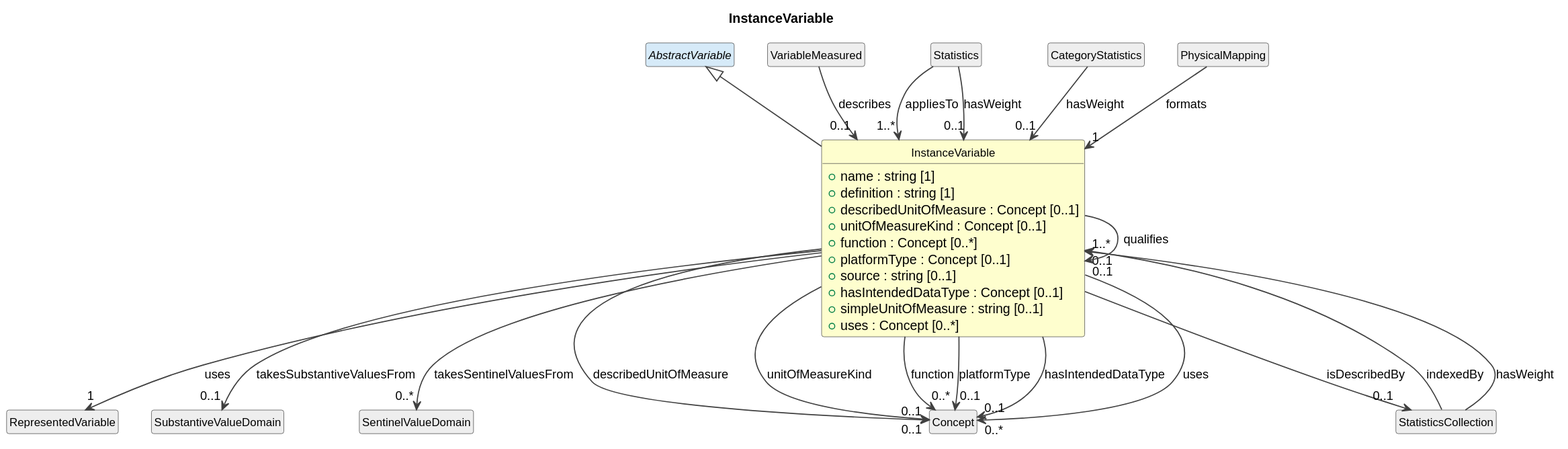
This is cdif-uml-model/_plantuml/cdifDataStructure/Classes/InstanceVariable.svg from Cross-Domain-Interoperability-Framework/metadataBuildingBlocks, a PlantUML export, as it was before one commit. The source it was exported from:
```plantuml
@startuml
title InstanceVariable
hide circle
hide empty members
skinparam shadowing false
skinparam ArrowThickness 1.2
skinparam class {
  ArrowColor #404040
  BorderColor #404040
  FontSize 12
}

class "InstanceVariable" as InstanceVariable #FEFECE {
  +name : string [1]
  +definition : string [1]
  +describedUnitOfMeasure : Concept [0..1]
  +unitOfMeasureKind : Concept [0..1]
  +function : Concept [0..*]
  +platformType : Concept [0..1]
  +source : string [0..1]
  +hasIntendedDataType : Concept [0..1]
  +simpleUnitOfMeasure : string [0..1]
  +uses : Concept [0..*]
}
abstract class "AbstractVariable" as AbstractVariable #D6EAF8
AbstractVariable <|-- InstanceVariable
class "RepresentedVariable" as RepresentedVariable #EEEEEE
InstanceVariable --> "1" RepresentedVariable : uses
class "StatisticsCollection" as StatisticsCollection #EEEEEE
InstanceVariable --> "0..1" StatisticsCollection : isDescribedBy
InstanceVariable --> "0..1" InstanceVariable : qualifies
class "SubstantiveValueDomain" as SubstantiveValueDomain #EEEEEE
InstanceVariable --> "0..1" SubstantiveValueDomain : takesSubstantiveValuesFrom
class "SentinelValueDomain" as SentinelValueDomain #EEEEEE
InstanceVariable --> "0..*" SentinelValueDomain : takesSentinelValuesFrom
class "VariableMeasured" as VariableMeasured #EEEEEE
VariableMeasured --> "0..1" InstanceVariable : describes
class "Statistics" as Statistics #EEEEEE
Statistics --> "1..*" InstanceVariable : appliesTo
Statistics --> "0..1" InstanceVariable : hasWeight
class "CategoryStatistics" as CategoryStatistics #EEEEEE
CategoryStatistics --> "0..1" InstanceVariable : hasWeight
StatisticsCollection --> "1..*" InstanceVariable : indexedBy
StatisticsCollection --> "0..1" InstanceVariable : hasWeight
class "PhysicalMapping" as PhysicalMapping #EEEEEE
PhysicalMapping --> "1" InstanceVariable : formats
class "Concept" as Concept #EEEEEE
InstanceVariable --> "0..1" Concept : describedUnitOfMeasure
InstanceVariable --> "0..1" Concept : unitOfMeasureKind
InstanceVariable --> "0..*" Concept : function
InstanceVariable --> "0..1" Concept : platformType
InstanceVariable --> "0..1" Concept : hasIntendedDataType
InstanceVariable --> "0..*" Concept : uses
@enduml
```
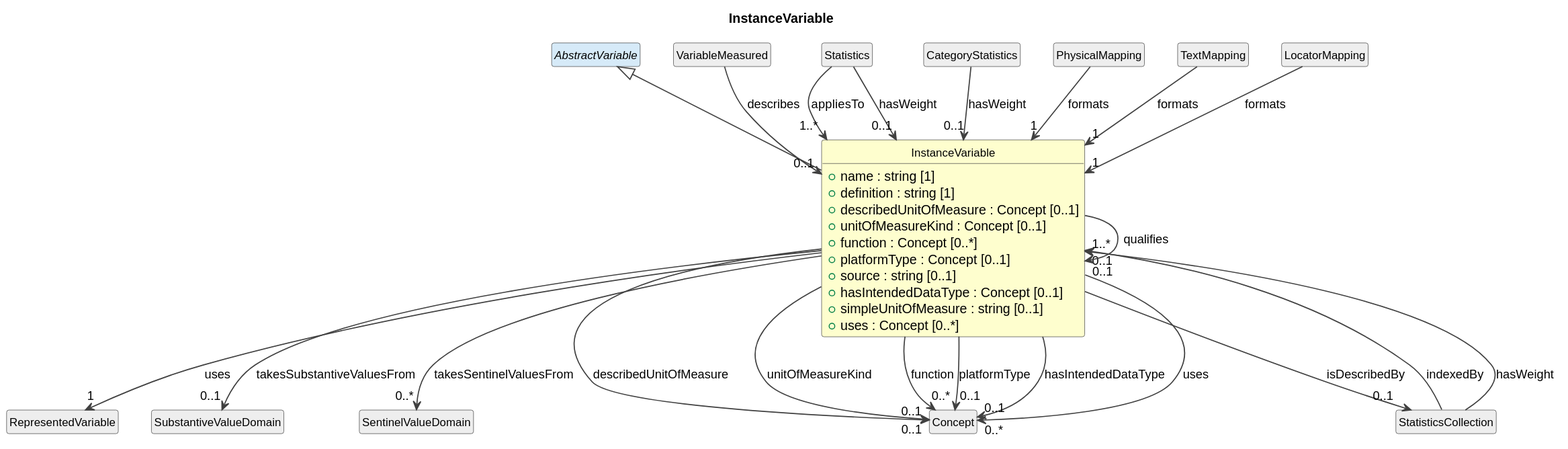
Later version of the same file.

The edit, as a diff of the source:
```diff
@@ -44,6 +44,10 @@
 StatisticsCollection --> "0..1" InstanceVariable : hasWeight
 class "PhysicalMapping" as PhysicalMapping #EEEEEE
 PhysicalMapping --> "1" InstanceVariable : formats
+class "TextMapping" as TextMapping #EEEEEE
+TextMapping --> "1" InstanceVariable : formats
+class "LocatorMapping" as LocatorMapping #EEEEEE
+LocatorMapping --> "1" InstanceVariable : formats
 class "Concept" as Concept #EEEEEE
 InstanceVariable --> "0..1" Concept : describedUnitOfMeasure
 InstanceVariable --> "0..1" Concept : unitOfMeasureKind
```
